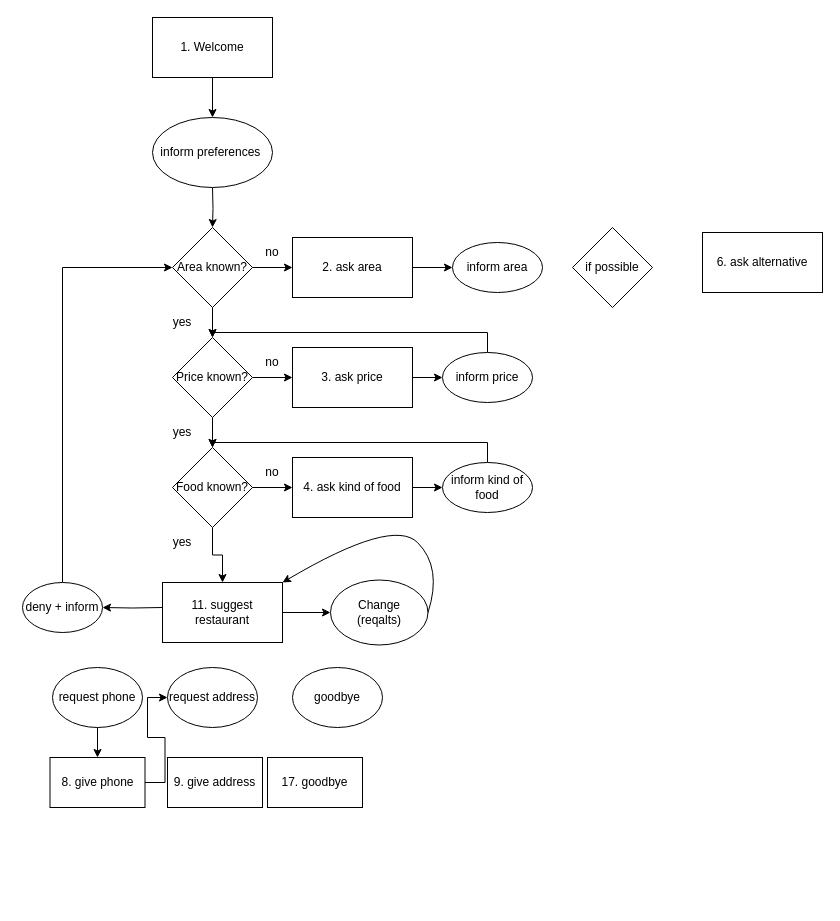
Above: data/Unbenanntes Diagramm.drawio in maxschwalenberg/methods_in_ai_research_03 (draw.io), before the change. Source tidied: cells renumbered, new cells numbered last; positions are measured from the earlier drawing's top-left corner, leaving out a move shared by most shapes. Both pictures are drawn from the tidied source at 100%, with x=0, y=0 at pixel (22, 17).
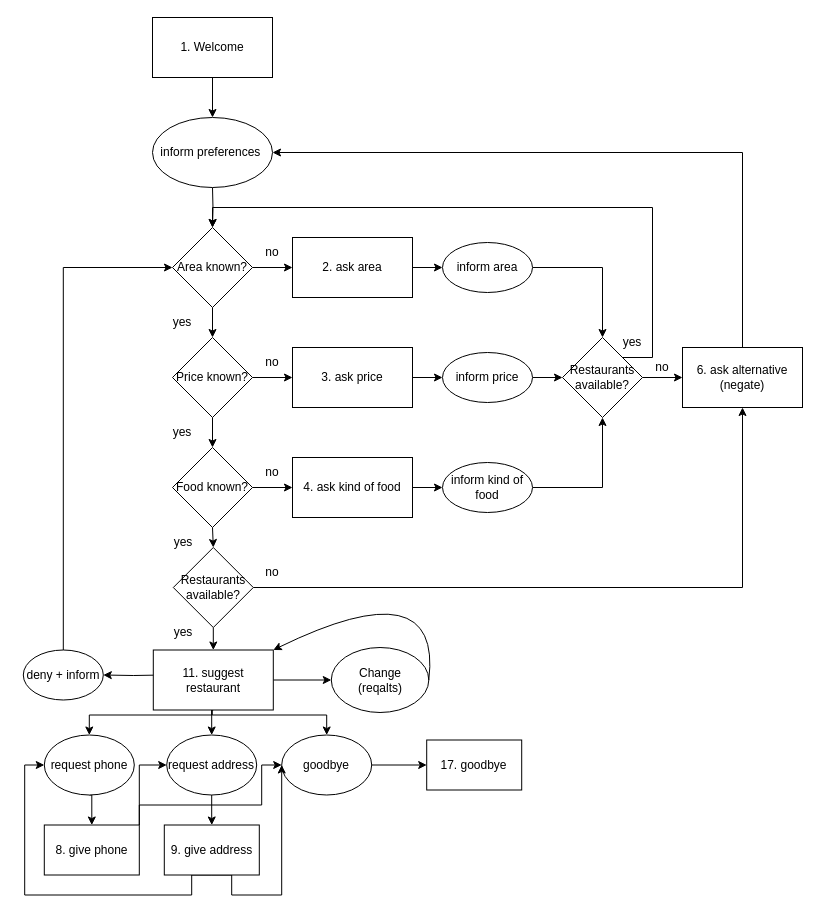
Above is the later version.

The change refers to these unchanged cells:
```xml
<mxCell id="7" value="Area known?" style="rhombus;whiteSpace=wrap;html=1;" parent="1" vertex="1">
  <mxGeometry x="150" y="210" width="80" height="80" as="geometry" />
</mxCell>
<mxCell id="8" value="inform preferences&amp;nbsp;" style="ellipse;whiteSpace=wrap;html=1;" parent="1" vertex="1">
  <mxGeometry x="130" y="100" width="120" height="70" as="geometry" />
</mxCell>
<mxCell id="13" value="Price known?" style="rhombus;whiteSpace=wrap;html=1;" parent="1" vertex="1">
  <mxGeometry x="150" y="320" width="80" height="80" as="geometry" />
</mxCell>
<mxCell id="18" value="Food known?" style="rhombus;whiteSpace=wrap;html=1;" parent="1" vertex="1">
  <mxGeometry x="150" y="430" width="80" height="80" as="geometry" />
</mxCell>
<mxCell id="28" value="inform price" style="ellipse;whiteSpace=wrap;html=1;" parent="1" vertex="1">
  <mxGeometry x="420" y="335" width="90" height="50" as="geometry" />
</mxCell>
<mxCell id="30" value="inform kind of food" style="ellipse;whiteSpace=wrap;html=1;" parent="1" vertex="1">
  <mxGeometry x="420" y="445" width="90" height="50" as="geometry" />
</mxCell>
```

Diff of the diagram source:
```diff
@@
-    <mxCell id="17" style="edgeStyle=orthogonalEdgeStyle;rounded=0;jettySize=auto;html=1;exitX=0.5;exitY=1;exitDx=0;exitDy=0;entryX=0.5;entryY=0;entryDx=0;entryDy=0;" parent="1" edge="1" source="18" target="37">
-      <mxGeometry relative="1" as="geometry" />
-    </mxCell>
+    <mxCell id="49" style="edgeStyle=orthogonalEdgeStyle;rounded=0;jettySize=auto;html=1;exitX=0.5;exitY=1;exitDx=0;exitDy=0;entryX=0.5;entryY=0;entryDx=0;entryDy=0;" parent="1" edge="1" source="18" target="69">
+      <mxGeometry relative="1" as="geometry" />
+    </mxCell>
@@
+    <mxCell id="50" style="edgeStyle=orthogonalEdgeStyle;rounded=0;jettySize=auto;html=1;exitX=1;exitY=0.5;exitDx=0;exitDy=0;entryX=0.5;entryY=0;entryDx=0;entryDy=0;" parent="1" edge="1" source="26" target="35">
+      <mxGeometry relative="1" as="geometry" />
+    </mxCell>
     <mxCell id="26" value="inform area" style="ellipse;whiteSpace=wrap;html=1;" parent="1" vertex="1">
-      <mxGeometry x="430" y="225" width="90" height="50" as="geometry" />
+      <mxGeometry x="420" y="225" width="90" height="50" as="geometry" />
     </mxCell>
-    <mxCell id="27" style="edgeStyle=orthogonalEdgeStyle;rounded=0;jettySize=auto;html=1;exitX=0.5;exitY=0;exitDx=0;exitDy=0;entryX=0.5;entryY=0;entryDx=0;entryDy=0;" parent="1" edge="1" source="28" target="13">
-      <mxGeometry relative="1" as="geometry" />
-    </mxCell>
+    <mxCell id="51" style="edgeStyle=orthogonalEdgeStyle;rounded=0;jettySize=auto;html=1;exitX=1;exitY=0.5;exitDx=0;exitDy=0;entryX=0;entryY=0.5;entryDx=0;entryDy=0;" parent="1" edge="1" source="28" target="35">
+      <mxGeometry relative="1" as="geometry" />
+    </mxCell>
@@
-    <mxCell id="29" style="edgeStyle=orthogonalEdgeStyle;rounded=0;jettySize=auto;html=1;exitX=0.5;exitY=0;exitDx=0;exitDy=0;entryX=0.5;entryY=0;entryDx=0;entryDy=0;" parent="1" edge="1" source="30" target="18">
-      <mxGeometry relative="1" as="geometry" />
-    </mxCell>
+    <mxCell id="52" style="edgeStyle=orthogonalEdgeStyle;rounded=0;jettySize=auto;html=1;exitX=1;exitY=0.5;exitDx=0;exitDy=0;entryX=0.5;entryY=1;entryDx=0;entryDy=0;" parent="1" edge="1" source="30" target="35">
+      <mxGeometry relative="1" as="geometry" />
+    </mxCell>
@@
     <mxCell id="31" style="edgeStyle=orthogonalEdgeStyle;rounded=0;jettySize=auto;html=1;exitX=0;exitY=0.5;exitDx=0;exitDy=0;entryX=1;entryY=0.5;entryDx=0;entryDy=0;" parent="1" edge="1" target="33">
       <mxGeometry relative="1" as="geometry">
-        <mxPoint x="140" y="590" as="sourcePoint" />
+        <mxPoint x="140.8" y="657.5" as="sourcePoint" />
       </mxGeometry>
     </mxCell>
@@
     <mxCell id="33" value="deny + inform" style="ellipse;whiteSpace=wrap;html=1;" parent="1" vertex="1">
-      <mxGeometry y="565" width="80" height="50" as="geometry" />
+      <mxGeometry x="0.8" y="632.5" width="80" height="50" as="geometry" />
     </mxCell>
+    <mxCell id="53" style="edgeStyle=orthogonalEdgeStyle;rounded=0;jettySize=auto;html=1;exitX=0.5;exitY=0;exitDx=0;exitDy=0;entryX=1;entryY=0.5;entryDx=0;entryDy=0;" parent="1" edge="1" source="34" target="8">
+      <mxGeometry relative="1" as="geometry" />
+    </mxCell>
-    <mxCell id="34" value="6. ask alternative" style="rounded=0;whiteSpace=wrap;html=1;" parent="1" vertex="1">
-      <mxGeometry x="680" y="215" width="120" height="60" as="geometry" />
+    <mxCell id="34" value="6. ask alternative (negate)" style="rounded=0;whiteSpace=wrap;html=1;" parent="1" vertex="1">
+      <mxGeometry x="660" y="330" width="120" height="60" as="geometry" />
     </mxCell>
+    <mxCell id="54" style="edgeStyle=orthogonalEdgeStyle;rounded=0;jettySize=auto;html=1;exitX=1;exitY=0.5;exitDx=0;exitDy=0;entryX=0;entryY=0.5;entryDx=0;entryDy=0;" parent="1" edge="1" source="35" target="34">
+      <mxGeometry relative="1" as="geometry" />
+    </mxCell>
+    <mxCell id="55" style="edgeStyle=orthogonalEdgeStyle;rounded=0;jettySize=auto;html=1;exitX=1;exitY=0;exitDx=0;exitDy=0;entryX=0.5;entryY=0;entryDx=0;entryDy=0;" parent="1" edge="1" source="35" target="7">
+      <mxGeometry relative="1" as="geometry">
+        <Array as="points">
+          <mxPoint x="630" y="340" />
+          <mxPoint x="630" y="190" />
+          <mxPoint x="190" y="190" />
+        </Array>
+      </mxGeometry>
+    </mxCell>
-    <mxCell id="35" value="if possible" style="rhombus;whiteSpace=wrap;html=1;" parent="1" vertex="1">
-      <mxGeometry x="550" y="210" width="80" height="80" as="geometry" />
+    <mxCell id="35" value="Restaurants available?" style="rhombus;whiteSpace=wrap;html=1;" parent="1" vertex="1">
+      <mxGeometry x="540" y="320" width="80" height="80" as="geometry" />
     </mxCell>
@@
+    <mxCell id="56" style="edgeStyle=orthogonalEdgeStyle;rounded=0;jettySize=auto;html=1;exitX=0.5;exitY=1;exitDx=0;exitDy=0;entryX=0.5;entryY=0;entryDx=0;entryDy=0;" parent="1" edge="1" source="37" target="43">
+      <mxGeometry relative="1" as="geometry" />
+    </mxCell>
+    <mxCell id="57" style="edgeStyle=orthogonalEdgeStyle;rounded=0;jettySize=auto;html=1;exitX=0.488;exitY=0.993;exitDx=0;exitDy=0;entryX=0.5;entryY=0;entryDx=0;entryDy=0;exitPerimeter=0;" parent="1" edge="1" source="37" target="42">
+      <mxGeometry relative="1" as="geometry">
+        <Array as="points">
+          <mxPoint x="189.8" y="697.5" />
+          <mxPoint x="66.8" y="697.5" />
+        </Array>
+      </mxGeometry>
+    </mxCell>
+    <mxCell id="58" style="edgeStyle=orthogonalEdgeStyle;rounded=0;jettySize=auto;html=1;exitX=0.49;exitY=0.997;exitDx=0;exitDy=0;entryX=0.5;entryY=0;entryDx=0;entryDy=0;exitPerimeter=0;" parent="1" edge="1" source="37" target="44">
+      <mxGeometry relative="1" as="geometry">
+        <Array as="points">
+          <mxPoint x="189.8" y="697.5" />
+          <mxPoint x="303.8" y="697.5" />
+        </Array>
+      </mxGeometry>
+    </mxCell>
     <mxCell id="37" value="11. suggest restaurant" style="rounded=0;whiteSpace=wrap;html=1;" parent="1" vertex="1">
-      <mxGeometry x="140" y="565" width="120" height="60" as="geometry" />
+      <mxGeometry x="130.8" y="632.5" width="120" height="60" as="geometry" />
     </mxCell>
     <mxCell id="38" value="yes" style="text;html=1;strokeColor=none;fillColor=none;align=center;verticalAlign=middle;whiteSpace=wrap;rounded=0;" parent="1" vertex="1">
-      <mxGeometry x="130" y="510" width="60" height="30" as="geometry" />
+      <mxGeometry x="130.8" y="510" width="60" height="30" as="geometry" />
     </mxCell>
     <mxCell id="39" value="Change&lt;br style=&quot;border-color: var(--border-color);&quot;&gt;(reqalts)" style="ellipse;whiteSpace=wrap;html=1;" parent="1" vertex="1">
-      <mxGeometry x="308" y="562.5" width="97.5" height="65" as="geometry" />
+      <mxGeometry x="308.8" y="630" width="97.5" height="65" as="geometry" />
     </mxCell>
     <mxCell id="40" style="curved=1;endArrow=classic;html=1;rounded=0;exitX=1;exitY=0.5;exitDx=0;exitDy=0;entryX=1;entryY=0;entryDx=0;entryDy=0;" parent="1" edge="1" source="39" target="37">
       <mxGeometry relative="1" as="geometry">
         <Array as="points">
           <mxPoint x="420" y="550" />
-          <mxPoint x="370" y="500" />
         </Array>
       </mxGeometry>
     </mxCell>
@@
     <mxCell id="42" value="request phone" style="ellipse;whiteSpace=wrap;html=1;" parent="1" vertex="1">
-      <mxGeometry x="30" y="650" width="90" height="60" as="geometry" />
+      <mxGeometry x="21.8" y="717.5" width="90" height="60" as="geometry" />
     </mxCell>
+    <mxCell id="59" style="edgeStyle=orthogonalEdgeStyle;rounded=0;jettySize=auto;html=1;exitX=0.5;exitY=1;exitDx=0;exitDy=0;" parent="1" edge="1" source="43" target="47">
+      <mxGeometry relative="1" as="geometry" />
+    </mxCell>
     <mxCell id="43" value="request address" style="ellipse;whiteSpace=wrap;html=1;" parent="1" vertex="1">
-      <mxGeometry x="145" y="650" width="90" height="60" as="geometry" />
+      <mxGeometry x="144.2" y="717.5" width="90" height="60" as="geometry" />
     </mxCell>
+    <mxCell id="60" style="edgeStyle=orthogonalEdgeStyle;rounded=0;jettySize=auto;html=1;exitX=1;exitY=0.5;exitDx=0;exitDy=0;entryX=0;entryY=0.5;entryDx=0;entryDy=0;" parent="1" edge="1" source="44" target="48">
+      <mxGeometry relative="1" as="geometry" />
+    </mxCell>
     <mxCell id="44" value="goodbye" style="ellipse;whiteSpace=wrap;html=1;" parent="1" vertex="1">
-      <mxGeometry x="270" y="650" width="90" height="60" as="geometry" />
+      <mxGeometry x="259.2" y="717.5" width="90" height="60" as="geometry" />
     </mxCell>
-    <mxCell id="45" style="edgeStyle=orthogonalEdgeStyle;rounded=0;jettySize=auto;html=1;exitX=1;exitY=0.5;exitDx=0;exitDy=0;entryX=0;entryY=0.5;entryDx=0;entryDy=0;" parent="1" edge="1" source="46" target="43">
+    <mxCell id="45" style="edgeStyle=orthogonalEdgeStyle;rounded=0;jettySize=auto;html=1;exitX=1;exitY=0;exitDx=0;exitDy=0;entryX=0;entryY=0.5;entryDx=0;entryDy=0;" parent="1" edge="1" source="46" target="43">
       <mxGeometry relative="1" as="geometry" />
     </mxCell>
+    <mxCell id="61" style="edgeStyle=orthogonalEdgeStyle;rounded=0;jettySize=auto;html=1;exitX=1;exitY=0;exitDx=0;exitDy=0;entryX=0;entryY=0.5;entryDx=0;entryDy=0;" parent="1" edge="1" source="46" target="44">
+      <mxGeometry relative="1" as="geometry">
+        <Array as="points">
+          <mxPoint x="116.2" y="787.5" />
+          <mxPoint x="239.2" y="787.5" />
+          <mxPoint x="239.2" y="747.5" />
+        </Array>
+      </mxGeometry>
+    </mxCell>
     <mxCell id="46" value="8. give phone" style="rounded=0;whiteSpace=wrap;html=1;" parent="1" vertex="1">
-      <mxGeometry x="27.5" y="740" width="95" height="50" as="geometry" />
+      <mxGeometry x="21.8" y="807.5" width="95" height="50" as="geometry" />
     </mxCell>
+    <mxCell id="62" style="edgeStyle=orthogonalEdgeStyle;rounded=0;jettySize=auto;html=1;exitX=0;exitY=0;exitDx=0;exitDy=0;" parent="1" edge="1" source="47">
+      <mxGeometry relative="1" as="geometry">
+        <mxPoint x="141.6" y="807.5" as="targetPoint" />
+      </mxGeometry>
+    </mxCell>
+    <mxCell id="63" style="edgeStyle=orthogonalEdgeStyle;rounded=0;jettySize=auto;html=1;exitX=0.5;exitY=1;exitDx=0;exitDy=0;entryX=0;entryY=0.5;entryDx=0;entryDy=0;" parent="1" edge="1" source="47" target="42">
+      <mxGeometry relative="1" as="geometry">
+        <Array as="points">
+          <mxPoint x="169.2" y="857.5" />
+          <mxPoint x="169.2" y="877.5" />
+          <mxPoint x="2.2" y="877.5" />
+          <mxPoint x="2.2" y="747.5" />
+        </Array>
+      </mxGeometry>
+    </mxCell>
+    <mxCell id="64" style="edgeStyle=orthogonalEdgeStyle;rounded=0;jettySize=auto;html=1;exitX=0.5;exitY=1;exitDx=0;exitDy=0;" parent="1" edge="1" source="47">
+      <mxGeometry relative="1" as="geometry">
+        <mxPoint x="259.2" y="747.5" as="targetPoint" />
+        <Array as="points">
+          <mxPoint x="209.2" y="857.5" />
+          <mxPoint x="209.2" y="877.5" />
+          <mxPoint x="259.2" y="877.5" />
+        </Array>
+      </mxGeometry>
+    </mxCell>
     <mxCell id="47" value="9. give address" style="rounded=0;whiteSpace=wrap;html=1;" parent="1" vertex="1">
-      <mxGeometry x="145" y="740" width="95" height="50" as="geometry" />
+      <mxGeometry x="141.8" y="807.5" width="95" height="50" as="geometry" />
     </mxCell>
     <mxCell id="48" value="17. goodbye" style="rounded=0;whiteSpace=wrap;html=1;" parent="1" vertex="1">
-      <mxGeometry x="245" y="740" width="95" height="50" as="geometry" />
+      <mxGeometry x="404.2" y="722.5" width="95" height="50" as="geometry" />
     </mxCell>
+    <mxCell id="65" value="no" style="text;html=1;strokeColor=none;fillColor=none;align=center;verticalAlign=middle;whiteSpace=wrap;rounded=0;" parent="1" vertex="1">
+      <mxGeometry x="610" y="335" width="60" height="30" as="geometry" />
+    </mxCell>
+    <mxCell id="66" value="yes" style="text;html=1;strokeColor=none;fillColor=none;align=center;verticalAlign=middle;whiteSpace=wrap;rounded=0;" parent="1" vertex="1">
+      <mxGeometry x="580" y="310" width="60" height="30" as="geometry" />
+    </mxCell>
+    <mxCell id="67" style="edgeStyle=orthogonalEdgeStyle;rounded=0;jettySize=auto;html=1;exitX=0.5;exitY=1;exitDx=0;exitDy=0;entryX=0.5;entryY=0;entryDx=0;entryDy=0;" parent="1" edge="1" source="69" target="37">
+      <mxGeometry relative="1" as="geometry" />
+    </mxCell>
+    <mxCell id="68" style="edgeStyle=orthogonalEdgeStyle;rounded=0;jettySize=auto;html=1;exitX=1;exitY=0.5;exitDx=0;exitDy=0;entryX=0.5;entryY=1;entryDx=0;entryDy=0;" parent="1" edge="1" source="69" target="34">
+      <mxGeometry relative="1" as="geometry" />
+    </mxCell>
+    <mxCell id="69" value="Restaurants available?" style="rhombus;whiteSpace=wrap;html=1;" parent="1" vertex="1">
+      <mxGeometry x="150.8" y="530" width="80" height="80" as="geometry" />
+    </mxCell>
+    <mxCell id="70" value="yes" style="text;html=1;strokeColor=none;fillColor=none;align=center;verticalAlign=middle;whiteSpace=wrap;rounded=0;" parent="1" vertex="1">
+      <mxGeometry x="130.8" y="600" width="60" height="30" as="geometry" />
+    </mxCell>
+    <mxCell id="71" value="no" style="text;html=1;strokeColor=none;fillColor=none;align=center;verticalAlign=middle;whiteSpace=wrap;rounded=0;" parent="1" vertex="1">
+      <mxGeometry x="220" y="540" width="60" height="30" as="geometry" />
+    </mxCell>
```
